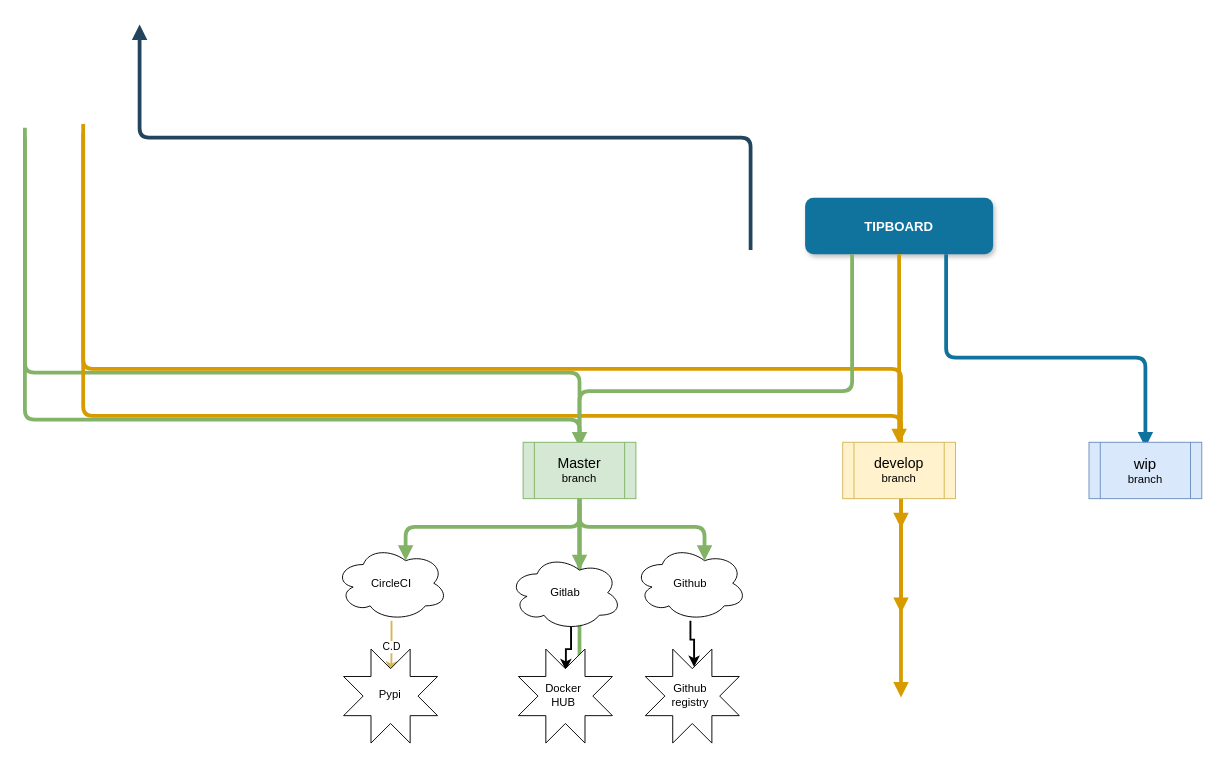
allegro/tipboard keeps this draw.io diagram as tipboard.drawio. Above is the earlier version. Source tidied: cells renumbered, new cells numbered last; positions are measured from the earlier drawing's top-left corner, leaving out a move shared by most shapes. Both pictures are drawn from the tidied source at 94%, with x=0, y=0 at pixel (24, 24). Pictures stored in the file or linked from it are replaced by grey dashed boxes.
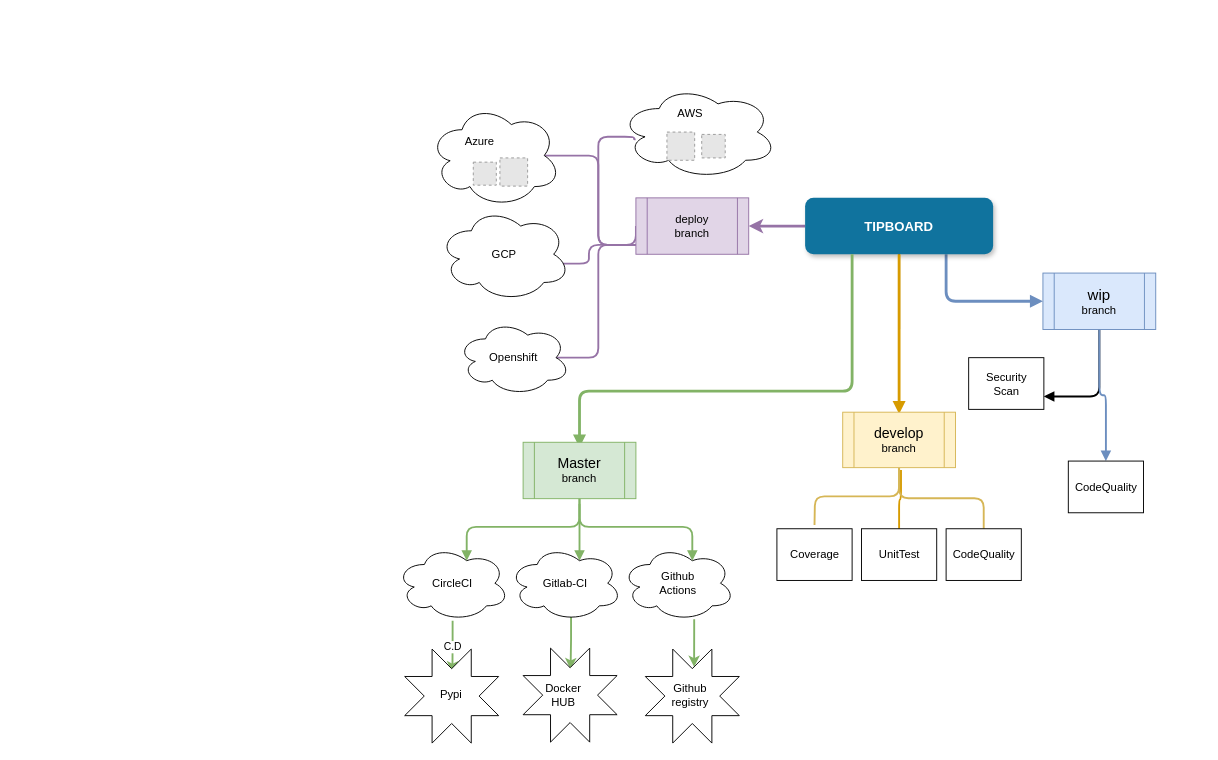
After the change.

The change refers to these unchanged cells:
```xml
<mxCell id="2" value="TIPBOARD" style="rounded=1;fillColor=#10739E;strokeColor=none;shadow=1;gradientColor=none;fontStyle=1;fontColor=#FFFFFF;fontSize=14;" parent="1" vertex="1">
  <mxGeometry x="830" y="184" width="200" height="60" as="geometry" />
</mxCell>
<mxCell id="13" value="&lt;div style=&quot;font-size: 15px&quot;&gt;Master&lt;/div&gt;&lt;div&gt;branch&lt;br&gt;&lt;/div&gt;" style="shape=process;whiteSpace=wrap;html=1;backgroundOutline=1;fillColor=#d5e8d4;strokeColor=#82b366;" parent="1" vertex="1">
  <mxGeometry x="530" y="444" width="120" height="60" as="geometry" />
</mxCell>
<mxCell id="28" style="verticalLabelPosition=bottom;verticalAlign=top;html=1;shape=mxgraph.basic.8_point_star;" parent="1" vertex="1">
  <mxGeometry x="660" y="664" width="100" height="100" as="geometry" />
</mxCell>
```

What changed in the source:
```diff
@@
+    <mxCell id="30" style="edgeStyle=orthogonalEdgeStyle;rounded=1;jettySize=auto;html=1;entryX=1;entryY=0.5;entryDx=0;entryDy=0;strokeWidth=3;fillColor=#e1d5e7;strokeColor=#9673a6;" parent="1" edge="1" source="2" target="41">
+      <mxGeometry relative="1" as="geometry" />
+    </mxCell>
+    <mxCell id="31" style="edgeStyle=orthogonalEdgeStyle;rounded=1;jettySize=auto;html=1;endArrow=none;endFill=0;strokeWidth=2;" parent="1" edge="1" source="2">
+      <mxGeometry relative="1" as="geometry">
+        <mxPoint x="930" y="324" as="targetPoint" />
+      </mxGeometry>
+    </mxCell>
+    <mxCell id="32" style="edgeStyle=orthogonalEdgeStyle;rounded=1;jettySize=auto;html=1;entryX=0;entryY=0.5;entryDx=0;entryDy=0;endArrow=block;endFill=1;strokeWidth=3;exitX=0.75;exitY=1;exitDx=0;exitDy=0;fillColor=#dae8fc;strokeColor=#6c8ebf;" parent="1" edge="1" source="2" target="15">
+      <mxGeometry relative="1" as="geometry">
+        <Array as="points">
+          <mxPoint x="980" y="294" />
+        </Array>
+      </mxGeometry>
+    </mxCell>
@@
-    <mxCell id="3" style="edgeStyle=elbowEdgeStyle;elbow=vertical;strokeWidth=4;endArrow=block;endFill=1;fontStyle=1;strokeColor=#23445D;" parent="1" edge="1">
-      <mxGeometry x="22" y="165.5" as="geometry">
-        <mxPoint x="772" y="239.5" as="sourcePoint" />
-        <mxPoint x="122" y="-0.5" as="targetPoint" />
-      </mxGeometry>
-    </mxCell>
-    <mxCell id="4" style="edgeStyle=elbowEdgeStyle;elbow=vertical;strokeWidth=4;endArrow=block;endFill=1;fontStyle=1;strokeColor=#10739e;exitX=0.75;exitY=1;exitDx=0;exitDy=0;fillColor=#b1ddf0;" parent="1" edge="1" source="2">
-      <mxGeometry x="22" y="165.5" as="geometry">
-        <mxPoint x="1192" y="449.5" as="targetPoint" />
-        <Array as="points">
-          <mxPoint x="1010" y="354" />
-        </Array>
-      </mxGeometry>
-    </mxCell>
-    <mxCell id="5" style="edgeStyle=elbowEdgeStyle;elbow=vertical;strokeWidth=4;endArrow=block;endFill=1;fontStyle=1;strokeColor=#82b366;fillColor=#d5e8d4;entryX=0.625;entryY=0.2;entryDx=0;entryDy=0;entryPerimeter=0;" parent="1" edge="1" target="19">
+    <mxCell id="5" style="edgeStyle=elbowEdgeStyle;elbow=vertical;strokeWidth=2;endArrow=block;endFill=1;fontStyle=1;strokeColor=#82b366;fillColor=#d5e8d4;entryX=0.625;entryY=0.2;entryDx=0;entryDy=0;entryPerimeter=0;" parent="1" edge="1" target="19">
       <mxGeometry y="165.5" as="geometry">
         <mxPoint x="590" y="509.5" as="sourcePoint" />
       </mxGeometry>
     </mxCell>
-    <mxCell id="6" style="edgeStyle=elbowEdgeStyle;elbow=vertical;strokeWidth=4;endArrow=block;endFill=1;fontStyle=1;strokeColor=#82b366;fillColor=#d5e8d4;" parent="1" edge="1">
-      <mxGeometry y="175.5" as="geometry">
-        <mxPoint y="109.5" as="sourcePoint" />
-        <mxPoint x="590" y="629.5" as="targetPoint" />
-      </mxGeometry>
-    </mxCell>
-    <mxCell id="7" style="edgeStyle=elbowEdgeStyle;elbow=vertical;strokeWidth=4;endArrow=block;endFill=1;fontStyle=1;strokeColor=#82b366;fillColor=#d5e8d4;" parent="1" edge="1">
-      <mxGeometry y="185.5" as="geometry">
-        <mxPoint y="119.5" as="sourcePoint" />
-        <mxPoint x="590" y="719.5" as="targetPoint" />
-      </mxGeometry>
-    </mxCell>
-    <mxCell id="8" style="edgeStyle=elbowEdgeStyle;elbow=vertical;strokeWidth=4;endArrow=block;endFill=1;fontStyle=1;strokeColor=#d79b00;fillColor=#ffe6cc;" parent="1" edge="1">
-      <mxGeometry x="62" y="161.5" as="geometry">
-        <mxPoint x="932" y="505.5" as="sourcePoint" />
-        <mxPoint x="932" y="535.5" as="targetPoint" />
+    <mxCell id="8" style="edgeStyle=elbowEdgeStyle;elbow=vertical;strokeWidth=2;endArrow=none;endFill=0;fontStyle=1;strokeColor=#d79b00;fillColor=#ffe6cc;entryX=0.5;entryY=0;entryDx=0;entryDy=0;" parent="1" edge="1" target="47">
+      <mxGeometry x="62" y="129.5" as="geometry">
+        <mxPoint x="932" y="473.5" as="sourcePoint" />
       </mxGeometry>
     </mxCell>
-    <mxCell id="9" style="edgeStyle=elbowEdgeStyle;elbow=vertical;strokeWidth=4;endArrow=block;endFill=1;fontStyle=1;strokeColor=#d79b00;fillColor=#ffe6cc;" parent="1" edge="1">
-      <mxGeometry x="62" y="171.5" as="geometry">
-        <mxPoint x="62" y="105.5" as="sourcePoint" />
-        <mxPoint x="932" y="625.5" as="targetPoint" />
-      </mxGeometry>
-    </mxCell>
-    <mxCell id="10" style="edgeStyle=elbowEdgeStyle;elbow=vertical;strokeWidth=4;endArrow=block;endFill=1;fontStyle=1;strokeColor=#d79b00;fillColor=#ffe6cc;" parent="1" edge="1">
-      <mxGeometry x="62" y="181.5" as="geometry">
-        <mxPoint x="62" y="115.5" as="sourcePoint" />
-        <mxPoint x="932" y="715.5" as="targetPoint" />
-      </mxGeometry>
-    </mxCell>
-    <mxCell id="11" style="edgeStyle=elbowEdgeStyle;elbow=vertical;strokeWidth=4;endArrow=block;endFill=1;fontStyle=1;strokeColor=#82b366;fillColor=#d5e8d4;exitX=0.25;exitY=1;exitDx=0;exitDy=0;" parent="1" edge="1" source="2">
+    <mxCell id="11" style="edgeStyle=elbowEdgeStyle;elbow=vertical;strokeWidth=3;endArrow=block;endFill=1;fontStyle=1;strokeColor=#82b366;fillColor=#d5e8d4;exitX=0.25;exitY=1;exitDx=0;exitDy=0;" parent="1" edge="1" source="2">
       <mxGeometry x="-40" y="165.5" as="geometry">
         <mxPoint x="590" y="449.5" as="targetPoint" />
         <Array as="points">
           <mxPoint x="590" y="389.5" />
         </Array>
       </mxGeometry>
     </mxCell>
-    <mxCell id="12" style="edgeStyle=elbowEdgeStyle;elbow=vertical;strokeWidth=4;endArrow=block;endFill=1;fontStyle=1;strokeColor=#d79b00;exitX=0.5;exitY=1;exitDx=0;exitDy=0;fillColor=#ffe6cc;" parent="1" edge="1" source="2">
-      <mxGeometry x="22" y="165.5" as="geometry">
-        <mxPoint x="930" y="446" as="targetPoint" />
+    <mxCell id="12" style="edgeStyle=elbowEdgeStyle;elbow=vertical;strokeWidth=3;endArrow=block;endFill=1;fontStyle=1;strokeColor=#d79b00;fillColor=#ffe6cc;exitX=0.5;exitY=1;exitDx=0;exitDy=0;" parent="1" edge="1" source="2">
+      <mxGeometry x="22" y="133.5" as="geometry">
+        <mxPoint x="930" y="414" as="targetPoint" />
         <Array as="points">
-          <mxPoint x="942" y="294" />
-          <mxPoint x="942" y="354" />
-          <mxPoint x="942" y="389.5" />
+          <mxPoint x="920" y="314" />
+          <mxPoint x="942" y="322" />
+          <mxPoint x="942" y="357.5" />
         </Array>
       </mxGeometry>
     </mxCell>
@@
+    <mxCell id="33" style="edgeStyle=orthogonalEdgeStyle;rounded=1;jettySize=auto;html=1;entryX=0.5;entryY=0;entryDx=0;entryDy=0;endArrow=none;endFill=0;strokeWidth=2;fillColor=#fff2cc;strokeColor=#d6b656;" parent="1" edge="1" source="14" target="46">
+      <mxGeometry relative="1" as="geometry" />
+    </mxCell>
+    <mxCell id="34" style="edgeStyle=orthogonalEdgeStyle;rounded=1;jettySize=auto;html=1;endArrow=none;endFill=0;strokeWidth=2;exitX=0.5;exitY=1;exitDx=0;exitDy=0;fillColor=#fff2cc;strokeColor=#d6b656;" parent="1" edge="1" source="14">
+      <mxGeometry relative="1" as="geometry">
+        <mxPoint x="840" y="532" as="targetPoint" />
+      </mxGeometry>
+    </mxCell>
     <mxCell id="14" value="&lt;font style=&quot;font-size: 15px&quot;&gt;develop&lt;/font&gt;&lt;div&gt;branch&lt;br&gt;&lt;/div&gt;" style="shape=process;whiteSpace=wrap;html=1;backgroundOutline=1;fillColor=#fff2cc;strokeColor=#d6b656;" parent="1" vertex="1">
-      <mxGeometry x="870" y="444" width="120" height="60" as="geometry" />
+      <mxGeometry x="870" y="412" width="120" height="59" as="geometry" />
     </mxCell>
+    <mxCell id="35" style="edgeStyle=orthogonalEdgeStyle;rounded=1;jettySize=auto;html=1;entryX=1;entryY=0.75;entryDx=0;entryDy=0;endArrow=block;endFill=1;strokeWidth=2;" parent="1" edge="1" source="15" target="49">
+      <mxGeometry relative="1" as="geometry" />
+    </mxCell>
+    <mxCell id="36" style="edgeStyle=orthogonalEdgeStyle;rounded=1;jettySize=auto;html=1;entryX=0.5;entryY=0;entryDx=0;entryDy=0;endArrow=block;endFill=1;strokeWidth=2;fillColor=#dae8fc;strokeColor=#6c8ebf;" parent="1" edge="1" source="15" target="50">
+      <mxGeometry relative="1" as="geometry" />
+    </mxCell>
     <mxCell id="15" value="&lt;font style=&quot;font-size: 16px&quot;&gt;wip&lt;/font&gt;&lt;div&gt;branch&lt;br&gt;&lt;/div&gt;" style="shape=process;whiteSpace=wrap;html=1;backgroundOutline=1;fillColor=#dae8fc;strokeColor=#6c8ebf;" parent="1" vertex="1">
-      <mxGeometry x="1132" y="444" width="120" height="60" as="geometry" />
+      <mxGeometry x="1083" y="264" width="120" height="60" as="geometry" />
     </mxCell>
-    <mxCell id="16" style="edgeStyle=orthogonalEdgeStyle;rounded=0;jettySize=auto;html=1;entryX=0.519;entryY=0.191;entryDx=0;entryDy=0;entryPerimeter=0;strokeWidth=2;" parent="1" edge="1" source="17" target="28">
-      <mxGeometry relative="1" as="geometry" />
+    <mxCell id="16" style="edgeStyle=orthogonalEdgeStyle;rounded=0;jettySize=auto;html=1;entryX=0.519;entryY=0.191;entryDx=0;entryDy=0;entryPerimeter=0;strokeWidth=2;fillColor=#d5e8d4;strokeColor=#82b366;" parent="1" edge="1" source="17" target="28">
+      <mxGeometry relative="1" as="geometry">
+        <Array as="points">
+          <mxPoint x="712" y="644" />
+          <mxPoint x="712" y="644" />
+        </Array>
+      </mxGeometry>
     </mxCell>
-    <mxCell id="17" value="Github" style="ellipse;shape=cloud;whiteSpace=wrap;html=1;" parent="1" vertex="1">
-      <mxGeometry x="648" y="554" width="120" height="80" as="geometry" />
+    <mxCell id="17" value="&lt;div&gt;Github&lt;/div&gt;&lt;div&gt;Actions&lt;br&gt;&lt;/div&gt;" style="ellipse;shape=cloud;whiteSpace=wrap;html=1;" parent="1" vertex="1">
+      <mxGeometry x="635" y="554" width="120" height="80" as="geometry" />
     </mxCell>
-    <mxCell id="18" style="edgeStyle=orthogonalEdgeStyle;rounded=0;jettySize=auto;html=1;exitX=0.55;exitY=0.95;exitDx=0;exitDy=0;exitPerimeter=0;entryX=0.505;entryY=0.226;entryDx=0;entryDy=0;entryPerimeter=0;strokeWidth=2;" parent="1" edge="1" source="19" target="26">
+    <mxCell id="18" style="edgeStyle=orthogonalEdgeStyle;rounded=0;jettySize=auto;html=1;exitX=0.55;exitY=0.95;exitDx=0;exitDy=0;exitPerimeter=0;entryX=0.505;entryY=0.226;entryDx=0;entryDy=0;entryPerimeter=0;strokeWidth=2;fillColor=#d5e8d4;strokeColor=#82b366;" parent="1" edge="1" source="19" target="26">
       <mxGeometry relative="1" as="geometry" />
     </mxCell>
-    <mxCell id="19" value="Gitlab" style="ellipse;shape=cloud;whiteSpace=wrap;html=1;" parent="1" vertex="1">
-      <mxGeometry x="515" y="564" width="120" height="80" as="geometry" />
+    <mxCell id="19" value="Gitlab-CI" style="ellipse;shape=cloud;whiteSpace=wrap;html=1;" parent="1" vertex="1">
+      <mxGeometry x="515" y="554" width="120" height="80" as="geometry" />
     </mxCell>
-    <mxCell id="20" value="C.D" style="edgeStyle=orthogonalEdgeStyle;rounded=0;jettySize=auto;html=1;entryX=0.508;entryY=0.25;entryDx=0;entryDy=0;entryPerimeter=0;strokeWidth=2;fillColor=#fff2cc;strokeColor=#d6b656;" parent="1" edge="1" source="21" target="24">
+    <mxCell id="20" value="C.D" style="edgeStyle=orthogonalEdgeStyle;rounded=0;jettySize=auto;html=1;entryX=0.508;entryY=0.25;entryDx=0;entryDy=0;entryPerimeter=0;strokeWidth=2;fillColor=#d5e8d4;strokeColor=#82b366;" parent="1" edge="1" source="21" target="24">
       <mxGeometry relative="1" as="geometry" />
     </mxCell>
     <mxCell id="21" value="CircleCI" style="ellipse;shape=cloud;whiteSpace=wrap;html=1;" parent="1" vertex="1">
-      <mxGeometry x="330" y="554" width="120" height="80" as="geometry" />
+      <mxGeometry x="395" y="554" width="120" height="80" as="geometry" />
     </mxCell>
-    <mxCell id="22" style="edgeStyle=elbowEdgeStyle;elbow=vertical;strokeWidth=4;endArrow=block;endFill=1;fontStyle=1;strokeColor=#82b366;fillColor=#d5e8d4;entryX=0.625;entryY=0.2;entryDx=0;entryDy=0;entryPerimeter=0;exitX=0.5;exitY=1;exitDx=0;exitDy=0;" parent="1" edge="1" source="13" target="21">
+    <mxCell id="22" style="edgeStyle=elbowEdgeStyle;elbow=vertical;strokeWidth=2;endArrow=block;endFill=1;fontStyle=1;strokeColor=#82b366;fillColor=#d5e8d4;entryX=0.625;entryY=0.2;entryDx=0;entryDy=0;entryPerimeter=0;exitX=0.5;exitY=1;exitDx=0;exitDy=0;" parent="1" edge="1" source="13" target="21">
       <mxGeometry x="10" y="175.5" as="geometry">
         <Array as="points">
           <mxPoint x="500" y="534" />
         </Array>
       </mxGeometry>
     </mxCell>
-    <mxCell id="23" style="edgeStyle=elbowEdgeStyle;elbow=vertical;strokeWidth=4;endArrow=block;endFill=1;fontStyle=1;strokeColor=#82b366;fillColor=#d5e8d4;exitX=0.5;exitY=1;exitDx=0;exitDy=0;entryX=0.625;entryY=0.2;entryDx=0;entryDy=0;entryPerimeter=0;" parent="1" edge="1" source="13" target="17">
+    <mxCell id="23" style="edgeStyle=elbowEdgeStyle;elbow=vertical;strokeWidth=2;endArrow=block;endFill=1;fontStyle=1;strokeColor=#82b366;fillColor=#d5e8d4;exitX=0.5;exitY=1;exitDx=0;exitDy=0;entryX=0.625;entryY=0.2;entryDx=0;entryDy=0;entryPerimeter=0;" parent="1" edge="1" source="13" target="17">
       <mxGeometry x="195" y="175.5" as="geometry">
         <Array as="points">
           <mxPoint x="685" y="534" />
         </Array>
       </mxGeometry>
     </mxCell>
     <mxCell id="24" style="verticalLabelPosition=bottom;verticalAlign=top;html=1;shape=mxgraph.basic.8_point_star;" parent="1" vertex="1">
-      <mxGeometry x="339" y="664" width="100" height="100" as="geometry" />
+      <mxGeometry x="404" y="664" width="100" height="100" as="geometry" />
     </mxCell>
     <mxCell id="25" value="&amp;nbsp;Pypi" style="text;html=1;strokeColor=none;fillColor=none;align=center;verticalAlign=middle;whiteSpace=wrap;rounded=0;" parent="1" vertex="1">
-      <mxGeometry x="362" y="698" width="50" height="30" as="geometry" />
+      <mxGeometry x="427" y="698" width="50" height="30" as="geometry" />
     </mxCell>
     <mxCell id="26" style="verticalLabelPosition=bottom;verticalAlign=top;html=1;shape=mxgraph.basic.8_point_star;" parent="1" vertex="1">
-      <mxGeometry x="525" y="664" width="100" height="100" as="geometry" />
+      <mxGeometry x="530" y="663" width="100" height="100" as="geometry" />
     </mxCell>
@@
+    <mxCell id="37" style="edgeStyle=orthogonalEdgeStyle;rounded=1;jettySize=auto;html=1;fillColor=#e1d5e7;strokeColor=#9673a6;entryX=0.875;entryY=0.5;entryDx=0;entryDy=0;entryPerimeter=0;endArrow=none;endFill=0;strokeWidth=2;" parent="1" edge="1" source="41" target="45">
+      <mxGeometry relative="1" as="geometry">
+        <Array as="points">
+          <mxPoint x="610" y="234" />
+          <mxPoint x="610" y="354" />
+        </Array>
+      </mxGeometry>
+    </mxCell>
+    <mxCell id="38" style="edgeStyle=orthogonalEdgeStyle;rounded=1;jettySize=auto;html=1;strokeWidth=2;fillColor=#e1d5e7;strokeColor=#9673a6;entryX=0.875;entryY=0.5;entryDx=0;entryDy=0;entryPerimeter=0;endArrow=none;endFill=0;" parent="1" edge="1" source="41" target="44">
+      <mxGeometry relative="1" as="geometry">
+        <Array as="points">
+          <mxPoint x="600" y="234" />
+          <mxPoint x="600" y="254" />
+        </Array>
+      </mxGeometry>
+    </mxCell>
+    <mxCell id="39" style="edgeStyle=orthogonalEdgeStyle;rounded=1;jettySize=auto;html=1;entryX=0.875;entryY=0.5;entryDx=0;entryDy=0;entryPerimeter=0;strokeWidth=2;fillColor=#e1d5e7;strokeColor=#9673a6;endArrow=none;endFill=0;" parent="1" edge="1" source="41" target="43">
+      <mxGeometry relative="1" as="geometry">
+        <Array as="points">
+          <mxPoint x="610" y="234" />
+          <mxPoint x="610" y="139" />
+        </Array>
+      </mxGeometry>
+    </mxCell>
+    <mxCell id="40" style="edgeStyle=orthogonalEdgeStyle;rounded=1;jettySize=auto;html=1;strokeWidth=2;exitX=0;exitY=0.5;exitDx=0;exitDy=0;fillColor=#e1d5e7;strokeColor=#9673a6;entryX=0.1;entryY=0.578;entryDx=0;entryDy=0;entryPerimeter=0;endArrow=none;endFill=0;" parent="1" edge="1" source="41" target="42">
+      <mxGeometry relative="1" as="geometry">
+        <Array as="points">
+          <mxPoint x="650" y="234" />
+          <mxPoint x="610" y="234" />
+          <mxPoint x="610" y="119" />
+          <mxPoint x="648" y="119" />
+        </Array>
+      </mxGeometry>
+    </mxCell>
+    <mxCell id="41" value="deploy&lt;div&gt;branch&lt;br&gt;&lt;/div&gt;" style="shape=process;whiteSpace=wrap;html=1;backgroundOutline=1;fillColor=#e1d5e7;strokeColor=#9673a6;" parent="1" vertex="1">
+      <mxGeometry x="650" y="184" width="120" height="60" as="geometry" />
+    </mxCell>
+    <mxCell id="42" style="ellipse;shape=cloud;whiteSpace=wrap;html=1;" parent="1" vertex="1">
+      <mxGeometry x="633" y="64" width="167" height="100" as="geometry" />
+    </mxCell>
+    <mxCell id="43" style="ellipse;shape=cloud;whiteSpace=wrap;html=1;" parent="1" vertex="1">
+      <mxGeometry x="430" y="84" width="140" height="110" as="geometry" />
+    </mxCell>
+    <mxCell id="44" value="GCP" style="ellipse;shape=cloud;whiteSpace=wrap;html=1;" parent="1" vertex="1">
+      <mxGeometry x="440" y="194" width="140" height="100" as="geometry" />
+    </mxCell>
+    <mxCell id="45" value="Openshift" style="ellipse;shape=cloud;whiteSpace=wrap;html=1;" parent="1" vertex="1">
+      <mxGeometry x="460" y="314" width="120" height="80" as="geometry" />
+    </mxCell>
+    <mxCell id="46" value="CodeQuality" style="html=1;" parent="1" vertex="1">
+      <mxGeometry x="980" y="536" width="80" height="55" as="geometry" />
+    </mxCell>
+    <mxCell id="47" value="UnitTest" style="html=1;" parent="1" vertex="1">
+      <mxGeometry x="890" y="536" width="80" height="55" as="geometry" />
+    </mxCell>
+    <mxCell id="48" value="Coverage" style="html=1;" parent="1" vertex="1">
+      <mxGeometry x="800" y="536" width="80" height="55" as="geometry" />
+    </mxCell>
+    <mxCell id="49" value="&lt;div&gt;Security&lt;/div&gt;&lt;div&gt;Scan&lt;br&gt;&lt;/div&gt;" style="html=1;" parent="1" vertex="1">
+      <mxGeometry x="1004" y="354" width="80" height="55" as="geometry" />
+    </mxCell>
+    <mxCell id="50" value="CodeQuality" style="html=1;" parent="1" vertex="1">
+      <mxGeometry x="1110" y="464" width="80" height="55" as="geometry" />
+    </mxCell>
+    <mxCell id="51" style="fillColor=#E6E6E6;strokeColor=#999999;dashed=1;verticalLabelPosition=bottom;verticalAlign=top;" parent="1" vertex="1">
+      <mxGeometry x="683" y="114" width="29.5" height="30" as="geometry" />
+    </mxCell>
+    <mxCell id="52" value="AWS" style="text;html=1;strokeColor=none;fillColor=none;align=center;verticalAlign=middle;whiteSpace=wrap;rounded=0;" parent="1" vertex="1">
+      <mxGeometry x="688" y="84" width="40" height="20" as="geometry" />
+    </mxCell>
+    <mxCell id="53" style="fillColor=#E6E6E6;strokeColor=#999999;dashed=1;verticalLabelPosition=bottom;verticalAlign=top;" parent="1" vertex="1">
+      <mxGeometry x="720" y="116.5" width="25" height="25" as="geometry" />
+    </mxCell>
+    <mxCell id="54" value="Azure" style="text;html=1;strokeColor=none;fillColor=none;align=center;verticalAlign=middle;whiteSpace=wrap;rounded=0;" parent="1" vertex="1">
+      <mxGeometry x="464" y="114" width="40" height="20" as="geometry" />
+    </mxCell>
+    <mxCell id="55" style="fillColor=#E6E6E6;strokeColor=#999999;dashed=1;verticalLabelPosition=bottom;verticalAlign=top;" parent="1" vertex="1">
+      <mxGeometry x="477" y="146" width="24.5" height="24.5" as="geometry" />
+    </mxCell>
+    <mxCell id="56" style="fillColor=#E6E6E6;strokeColor=#999999;dashed=1;verticalLabelPosition=bottom;verticalAlign=top;" parent="1" vertex="1">
+      <mxGeometry x="505.3" y="141.5" width="29.5" height="30" as="geometry" />
+    </mxCell>
```
